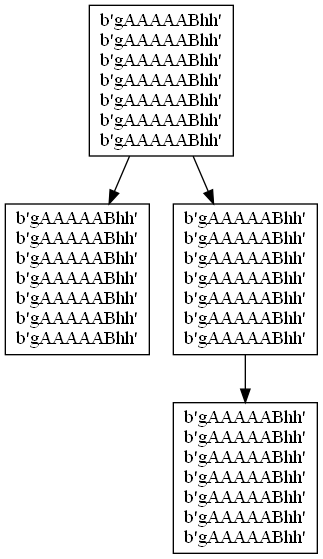
Earlier version of the Graphviz export EDD_SmartClass_201901907_/Fase3/AVL.png (Byron-Estuardo/EDD_SmartClass_201901907). Its source is kept beside it as EDD_SmartClass_201901907_/Fase3/AVL.dot.
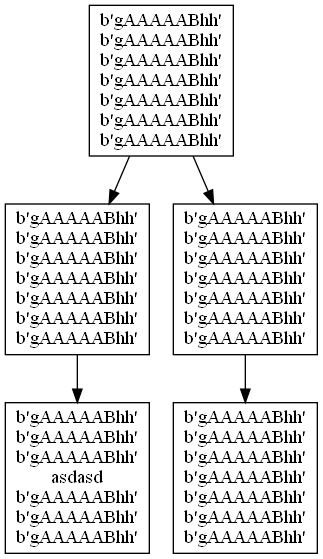
The same file after the commit.

What changed in the source:
```diff
@@ -11,6 +11,13 @@
 b'gAAAAABhh'
 b'gAAAAABhh'
 b'gAAAAABhh'
+b'gAAAAABhh'
+b'gAAAAABhh'
+b'gAAAAABhh'"];
+n201901907[label= "b'gAAAAABhh'
+b'gAAAAABhh'
+b'gAAAAABhh'
+asdasd
 b'gAAAAABhh'
 b'gAAAAABhh'
 b'gAAAAABhh'"];
@@ -31,5 +38,6 @@
 
 n20210000002 -> n20210000001
 n20210000002 -> n20210000003
+n20210000001 -> n201901907
 n20210000003 -> n20210000004
 }
```
